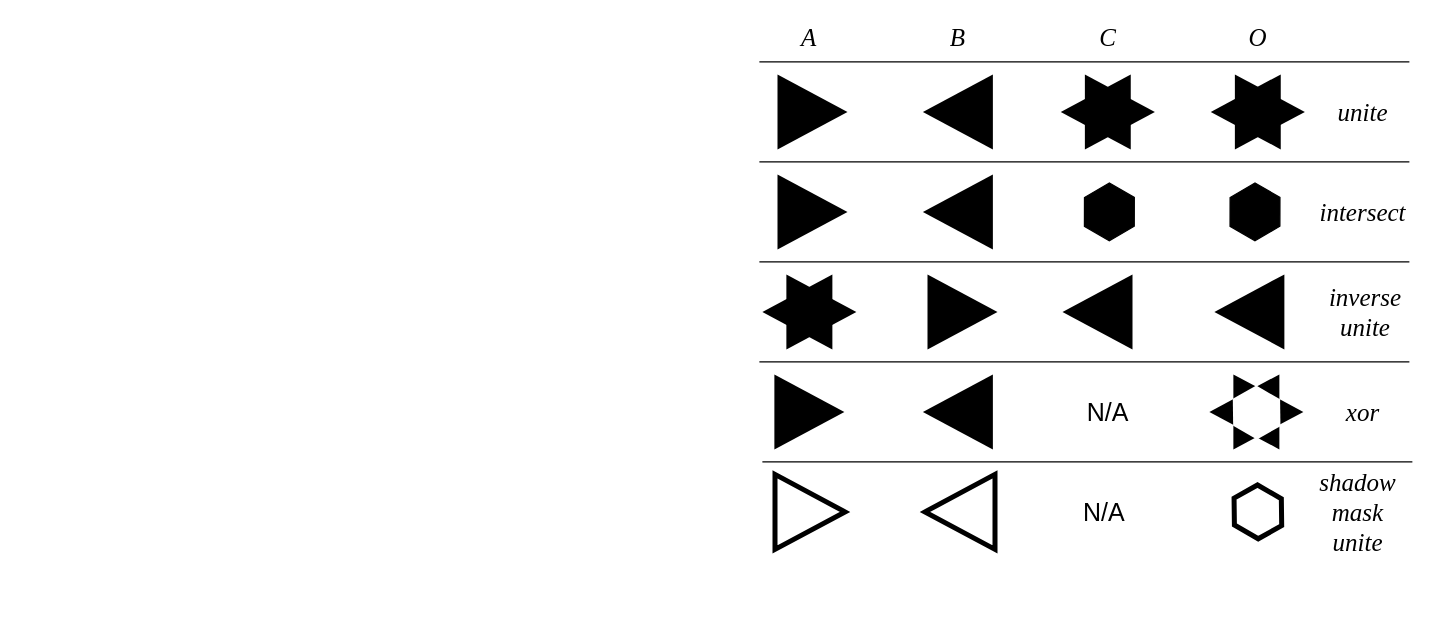
Earlier version of the draw.io diagram pic/unary_set.drawio (Yang-Yuan/raven-extension). Source tidied: cells renumbered, new cells numbered last; positions are measured from the earlier drawing's top-left corner, leaving out a move shared by most shapes. Both pictures are drawn from the tidied source at 125%, with x=0, y=0 at pixel (759, 24).
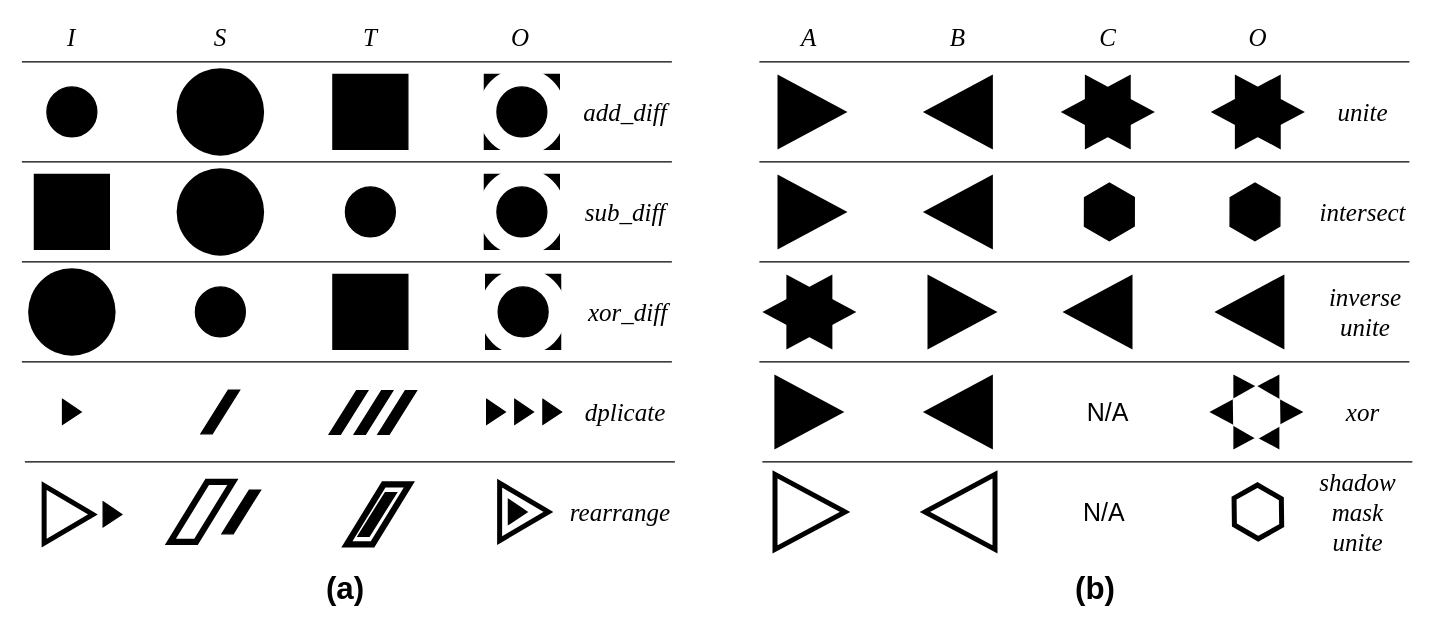
The same page after the edit.

What changed in the source:
```diff
@@
+    <mxCell id="42" value="&lt;font face=&quot;Times New Roman&quot; style=&quot;font-size: 20px&quot;&gt;&lt;i&gt;I&lt;/i&gt;&lt;/font&gt;" style="text;html=1;strokeColor=none;fillColor=none;align=center;verticalAlign=middle;whiteSpace=wrap;rounded=0;" parent="1" vertex="1">
+      <mxGeometry x="-590" width="80" height="20" as="geometry" />
+    </mxCell>
+    <mxCell id="43" value="&lt;font face=&quot;Times New Roman&quot; style=&quot;font-size: 20px&quot;&gt;&lt;i&gt;S&lt;/i&gt;&lt;/font&gt;" style="text;html=1;strokeColor=none;fillColor=none;align=center;verticalAlign=middle;whiteSpace=wrap;rounded=0;" parent="1" vertex="1">
+      <mxGeometry x="-471.2" width="80" height="20" as="geometry" />
+    </mxCell>
+    <mxCell id="44" value="&lt;font face=&quot;Times New Roman&quot; style=&quot;font-size: 20px&quot;&gt;&lt;i&gt;T&lt;/i&gt;&lt;/font&gt;" style="text;html=1;strokeColor=none;fillColor=none;align=center;verticalAlign=middle;whiteSpace=wrap;rounded=0;" parent="1" vertex="1">
+      <mxGeometry x="-351.2" width="80" height="20" as="geometry" />
+    </mxCell>
+    <mxCell id="45" value="&lt;font face=&quot;Times New Roman&quot;&gt;&lt;span style=&quot;font-size: 20px&quot;&gt;&lt;i&gt;O&lt;/i&gt;&lt;/span&gt;&lt;/font&gt;" style="text;html=1;strokeColor=none;fillColor=none;align=center;verticalAlign=middle;whiteSpace=wrap;rounded=0;" parent="1" vertex="1">
+      <mxGeometry x="-231.2" width="80" height="20" as="geometry" />
+    </mxCell>
+    <mxCell id="46" style="endArrow=none;html=1;" parent="1" edge="1">
+      <mxGeometry relative="1" as="geometry">
+        <mxPoint x="-590" y="30" as="sourcePoint" />
+        <mxPoint x="-70" y="30" as="targetPoint" />
+      </mxGeometry>
+    </mxCell>
+    <mxCell id="47" style="endArrow=none;html=1;" parent="1" edge="1">
+      <mxGeometry relative="1" as="geometry">
+        <mxPoint x="-590" y="110" as="sourcePoint" />
+        <mxPoint x="-70" y="110" as="targetPoint" />
+      </mxGeometry>
+    </mxCell>
+    <mxCell id="48" value="&lt;font face=&quot;Times New Roman&quot;&gt;&lt;span style=&quot;font-size: 20px&quot;&gt;&lt;i&gt;add_diff&lt;/i&gt;&lt;/span&gt;&lt;/font&gt;" style="text;html=1;strokeColor=none;fillColor=none;align=center;verticalAlign=middle;whiteSpace=wrap;rounded=0;" parent="1" vertex="1">
+      <mxGeometry x="-147.5" y="60" width="80" height="20" as="geometry" />
+    </mxCell>
+    <mxCell id="49" value="&lt;font face=&quot;Times New Roman&quot;&gt;&lt;span style=&quot;font-size: 20px&quot;&gt;&lt;i&gt;sub_diff&lt;/i&gt;&lt;/span&gt;&lt;/font&gt;" style="text;html=1;strokeColor=none;fillColor=none;align=center;verticalAlign=middle;whiteSpace=wrap;rounded=0;" parent="1" vertex="1">
+      <mxGeometry x="-147.5" y="140" width="80" height="20" as="geometry" />
+    </mxCell>
+    <mxCell id="50" style="endArrow=none;html=1;" parent="1" edge="1">
+      <mxGeometry relative="1" as="geometry">
+        <mxPoint x="-590" y="190" as="sourcePoint" />
+        <mxPoint x="-70" y="190" as="targetPoint" />
+      </mxGeometry>
+    </mxCell>
+    <mxCell id="51" style="endArrow=none;html=1;" parent="1" edge="1">
+      <mxGeometry relative="1" as="geometry">
+        <mxPoint x="-590" y="270" as="sourcePoint" />
+        <mxPoint x="-70" y="270" as="targetPoint" />
+      </mxGeometry>
+    </mxCell>
+    <mxCell id="52" value="&lt;font face=&quot;Times New Roman&quot;&gt;&lt;span style=&quot;font-size: 20px&quot;&gt;&lt;i&gt;xor_diff&lt;br&gt;&lt;/i&gt;&lt;/span&gt;&lt;/font&gt;" style="text;html=1;strokeColor=none;fillColor=none;align=center;verticalAlign=middle;whiteSpace=wrap;rounded=0;" parent="1" vertex="1">
+      <mxGeometry x="-145" y="220" width="80" height="20" as="geometry" />
+    </mxCell>
+    <mxCell id="53" value="&lt;font face=&quot;Times New Roman&quot;&gt;&lt;span style=&quot;font-size: 20px&quot;&gt;&lt;i&gt;dplicate&lt;/i&gt;&lt;/span&gt;&lt;/font&gt;" style="text;html=1;strokeColor=none;fillColor=none;align=center;verticalAlign=middle;whiteSpace=wrap;rounded=0;" parent="1" vertex="1">
+      <mxGeometry x="-147.5" y="300" width="80" height="20" as="geometry" />
+    </mxCell>
+    <mxCell id="54" style="endArrow=none;html=1;" parent="1" edge="1">
+      <mxGeometry relative="1" as="geometry">
+        <mxPoint x="-587.6" y="350" as="sourcePoint" />
+        <mxPoint x="-67.6" y="350" as="targetPoint" />
+      </mxGeometry>
+    </mxCell>
+    <mxCell id="55" value="&lt;font face=&quot;Times New Roman&quot;&gt;&lt;span style=&quot;font-size: 20px&quot;&gt;&lt;i&gt;rearrange&lt;br&gt;&lt;/i&gt;&lt;/span&gt;&lt;/font&gt;" style="text;html=1;strokeColor=none;fillColor=none;align=center;verticalAlign=middle;whiteSpace=wrap;rounded=0;" parent="1" vertex="1">
+      <mxGeometry x="-151.2" y="380" width="80" height="20" as="geometry" />
+    </mxCell>
+    <mxCell id="56" style="ellipse;whiteSpace=wrap;html=1;fillColor=#000000;" parent="1" vertex="1">
+      <mxGeometry x="-570" y="50" width="40" height="40" as="geometry" />
+    </mxCell>
+    <mxCell id="57" style="ellipse;whiteSpace=wrap;html=1;fillColor=#000000;strokeColor=none;" parent="1" vertex="1">
+      <mxGeometry x="-466.2" y="35" width="70" height="70" as="geometry" />
+    </mxCell>
+    <mxCell id="58" style="whiteSpace=wrap;html=1;fillColor=#000000;" parent="1" vertex="1">
+      <mxGeometry x="-341.2" y="40" width="60" height="60" as="geometry" />
+    </mxCell>
+    <mxCell id="59" style="whiteSpace=wrap;html=1;fillColor=#000000;" parent="1" vertex="1">
+      <mxGeometry x="-341.2" y="200" width="60" height="60" as="geometry" />
+    </mxCell>
+    <mxCell id="60" style="ellipse;whiteSpace=wrap;html=1;fillColor=#000000;strokeColor=none;" parent="1" vertex="1">
+      <mxGeometry x="-466.2" y="115" width="70" height="70" as="geometry" />
+    </mxCell>
+    <mxCell id="61" style="ellipse;whiteSpace=wrap;html=1;fillColor=#000000;strokeColor=none;" parent="1" vertex="1">
+      <mxGeometry x="-585" y="195" width="70" height="70" as="geometry" />
+    </mxCell>
+    <mxCell id="62" style="ellipse;whiteSpace=wrap;html=1;fillColor=#000000;" parent="1" vertex="1">
+      <mxGeometry x="-451.2" y="210" width="40" height="40" as="geometry" />
+    </mxCell>
+    <mxCell id="63" style="whiteSpace=wrap;html=1;fillColor=#000000;" parent="1" vertex="1">
+      <mxGeometry x="-580" y="120" width="60" height="60" as="geometry" />
+    </mxCell>
+    <mxCell id="64" style="ellipse;whiteSpace=wrap;html=1;fillColor=#000000;" parent="1" vertex="1">
+      <mxGeometry x="-331.2" y="130" width="40" height="40" as="geometry" />
+    </mxCell>
+    <mxCell id="65" style="group;" parent="1" vertex="1">
+      <mxGeometry x="-224" y="195" width="70" height="70" as="geometry" />
+    </mxCell>
+    <mxCell id="66" style="whiteSpace=wrap;html=1;fillColor=#000000;" parent="65" vertex="1">
+      <mxGeometry x="5" y="5" width="60" height="60" as="geometry" />
+    </mxCell>
+    <mxCell id="67" style="ellipse;whiteSpace=wrap;html=1;fillColor=#FFFFFF;strokeColor=none;" parent="65" vertex="1">
+      <mxGeometry width="70" height="70" as="geometry" />
+    </mxCell>
+    <mxCell id="68" style="ellipse;whiteSpace=wrap;html=1;fillColor=#000000;" parent="65" vertex="1">
+      <mxGeometry x="15" y="15" width="40" height="40" as="geometry" />
+    </mxCell>
+    <mxCell id="69" style="group;" parent="1" vertex="1">
+      <mxGeometry x="-225" y="115" width="70" height="70" as="geometry" />
+    </mxCell>
+    <mxCell id="70" style="whiteSpace=wrap;html=1;fillColor=#000000;" parent="69" vertex="1">
+      <mxGeometry x="5" y="5" width="60" height="60" as="geometry" />
+    </mxCell>
+    <mxCell id="71" style="ellipse;whiteSpace=wrap;html=1;fillColor=#FFFFFF;strokeColor=none;" parent="69" vertex="1">
+      <mxGeometry width="70" height="70" as="geometry" />
+    </mxCell>
+    <mxCell id="72" style="ellipse;whiteSpace=wrap;html=1;fillColor=#000000;" parent="69" vertex="1">
+      <mxGeometry x="15" y="15" width="40" height="40" as="geometry" />
+    </mxCell>
+    <mxCell id="73" style="group;" parent="1" vertex="1">
+      <mxGeometry x="-225" y="35" width="70" height="70" as="geometry" />
+    </mxCell>
+    <mxCell id="74" style="whiteSpace=wrap;html=1;fillColor=#000000;" parent="73" vertex="1">
+      <mxGeometry x="5" y="5" width="60" height="60" as="geometry" />
+    </mxCell>
+    <mxCell id="75" style="ellipse;whiteSpace=wrap;html=1;fillColor=#FFFFFF;strokeColor=none;" parent="73" vertex="1">
+      <mxGeometry width="70" height="70" as="geometry" />
+    </mxCell>
+    <mxCell id="76" style="ellipse;whiteSpace=wrap;html=1;fillColor=#000000;" parent="73" vertex="1">
+      <mxGeometry x="15" y="15" width="40" height="40" as="geometry" />
+    </mxCell>
+    <mxCell id="77" style="triangle;whiteSpace=wrap;html=1;fillColor=#000000;" parent="1" vertex="1">
+      <mxGeometry x="-557.5" y="300" width="15" height="20" as="geometry" />
+    </mxCell>
+    <mxCell id="78" style="shape=parallelogram;perimeter=parallelogramPerimeter;whiteSpace=wrap;html=1;fillColor=#000000;size=0.7072872038810558;" parent="1" vertex="1">
+      <mxGeometry x="-446.8" y="292.5" width="31" height="35" as="geometry" />
+    </mxCell>
+    <mxCell id="79" style="triangle;whiteSpace=wrap;html=1;fillColor=#000000;" parent="1" vertex="1">
+      <mxGeometry x="-200.8" y="380" width="15" height="20" as="geometry" />
+    </mxCell>
+    <mxCell id="80" style="group;" parent="1" vertex="1">
+      <mxGeometry x="-344.2" y="293" width="70" height="35" as="geometry" />
+    </mxCell>
+    <mxCell id="81" style="group;" parent="80" vertex="1">
+      <mxGeometry width="70" height="35" as="geometry" />
+    </mxCell>
+    <mxCell id="82" style="shape=parallelogram;perimeter=parallelogramPerimeter;whiteSpace=wrap;html=1;fillColor=#000000;size=0.7072872038810558;" parent="81" vertex="1">
+      <mxGeometry x="39" width="31" height="35" as="geometry" />
+    </mxCell>
+    <mxCell id="83" style="shape=parallelogram;perimeter=parallelogramPerimeter;whiteSpace=wrap;html=1;fillColor=#000000;size=0.7072872038810558;" parent="81" vertex="1">
+      <mxGeometry x="20" width="31" height="35" as="geometry" />
+    </mxCell>
+    <mxCell id="84" style="shape=parallelogram;perimeter=parallelogramPerimeter;whiteSpace=wrap;html=1;fillColor=#000000;size=0.7072872038810558;" parent="81" vertex="1">
+      <mxGeometry width="31" height="35" as="geometry" />
+    </mxCell>
+    <mxCell id="85" style="group;" parent="1" vertex="1">
+      <mxGeometry x="-218.2" y="300" width="60" height="20" as="geometry" />
+    </mxCell>
+    <mxCell id="86" style="triangle;whiteSpace=wrap;html=1;fillColor=#000000;" parent="85" vertex="1">
+      <mxGeometry x="45" width="15" height="20" as="geometry" />
+    </mxCell>
+    <mxCell id="87" style="triangle;whiteSpace=wrap;html=1;fillColor=#000000;" parent="85" vertex="1">
+      <mxGeometry x="22.5" width="15" height="20" as="geometry" />
+    </mxCell>
+    <mxCell id="88" style="triangle;whiteSpace=wrap;html=1;fillColor=#000000;" parent="85" vertex="1">
+      <mxGeometry width="15" height="20" as="geometry" />
+    </mxCell>
+    <mxCell id="89" style="triangle;whiteSpace=wrap;html=1;fillColor=none;strokeWidth=4;" parent="1" vertex="1">
+      <mxGeometry x="-572.2" y="369" width="39" height="46" as="geometry" />
+    </mxCell>
+    <mxCell id="90" style="shape=parallelogram;perimeter=parallelogramPerimeter;whiteSpace=wrap;html=1;fillColor=#000000;size=0.7072872038810558;" parent="1" vertex="1">
+      <mxGeometry x="-430" y="372.5" width="31" height="35" as="geometry" />
+    </mxCell>
+    <mxCell id="91" style="shape=parallelogram;perimeter=parallelogramPerimeter;whiteSpace=wrap;html=1;fillColor=none;size=0.5896291775173612;strokeWidth=5;" parent="1" vertex="1">
+      <mxGeometry x="-471.2" y="366" width="50" height="48" as="geometry" />
+    </mxCell>
+    <mxCell id="92" style="group;" parent="1" vertex="1">
+      <mxGeometry x="-330" y="368" width="50" height="48" as="geometry" />
+    </mxCell>
+    <mxCell id="93" style="shape=parallelogram;perimeter=parallelogramPerimeter;whiteSpace=wrap;html=1;fillColor=#000000;size=0.7072872038810558;" parent="92" vertex="1">
+      <mxGeometry x="8.8" y="6.5" width="31" height="35" as="geometry" />
+    </mxCell>
+    <mxCell id="94" style="shape=parallelogram;perimeter=parallelogramPerimeter;whiteSpace=wrap;html=1;fillColor=none;size=0.5896291775173612;strokeWidth=5;" parent="92" vertex="1">
+      <mxGeometry width="50" height="48" as="geometry" />
+    </mxCell>
+    <mxCell id="95" style="triangle;whiteSpace=wrap;html=1;fillColor=#000000;" parent="1" vertex="1">
+      <mxGeometry x="-525" y="382" width="15" height="20" as="geometry" />
+    </mxCell>
+    <mxCell id="96" style="triangle;whiteSpace=wrap;html=1;fillColor=none;strokeWidth=4;" parent="1" vertex="1">
+      <mxGeometry x="-207.8" y="367" width="39" height="46" as="geometry" />
+    </mxCell>
+    <mxCell id="97" value="&lt;font style=&quot;font-size: 25px&quot;&gt;&lt;b&gt;(a)&lt;/b&gt;&lt;/font&gt;" style="text;html=1;strokeColor=none;fillColor=none;align=center;verticalAlign=middle;whiteSpace=wrap;rounded=0;" parent="1" vertex="1">
+      <mxGeometry x="-351.2" y="440" width="40" height="20" as="geometry" />
+    </mxCell>
+    <mxCell id="98" value="&lt;font style=&quot;font-size: 25px&quot;&gt;&lt;b&gt;(b)&lt;/b&gt;&lt;/font&gt;" style="text;html=1;strokeColor=none;fillColor=none;align=center;verticalAlign=middle;whiteSpace=wrap;rounded=0;" parent="1" vertex="1">
+      <mxGeometry x="249.1" y="440" width="40" height="20" as="geometry" />
+    </mxCell>
```
